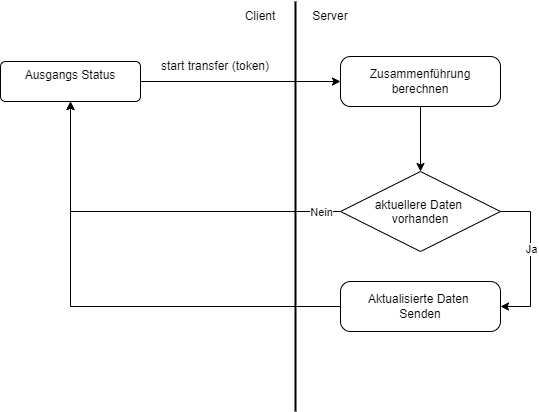
Before: ablage/mathematical-transfer.drawio.png, a diagram exported from draw.io (zuercheram/Master-Thesis). Source tidied: cells renumbered, new cells last; positions are measured from the earlier drawing's top-left corner, leaving out a move shared by most shapes.
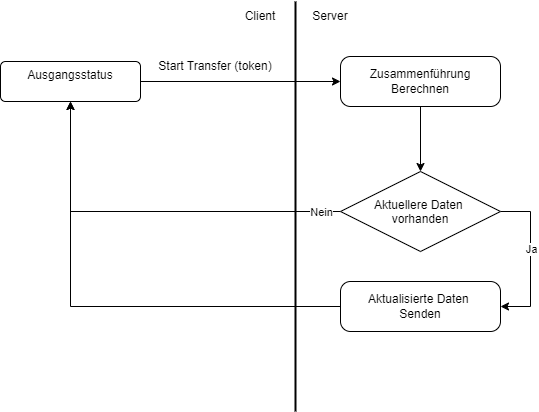
Later version of the same file.

The edit, as a diff of the source:
```diff
@@ -25,13 +25,13 @@
     <mxCell id="5" value="Ja" style="edgeLabel;html=1;align=center;verticalAlign=middle;" parent="4" vertex="1">
       <mxGeometry x="-0.14" relative="1" as="geometry" />
     </mxCell>
-    <mxCell id="6" value="aktuellere Daten &#10;vorhanden" style="rhombus;" parent="1" vertex="1">
+    <mxCell id="6" value="Aktuellere Daten &#10;vorhanden" style="rhombus;" parent="1" vertex="1">
       <mxGeometry x="340" y="170" width="160" height="80" as="geometry" />
     </mxCell>
     <mxCell id="7" style="edgeStyle=orthogonalEdgeStyle;rounded=0;jettySize=auto;html=1;entryX=0;entryY=0.5;entryDx=0;entryDy=0;" parent="1" edge="1" source="8" target="16">
       <mxGeometry relative="1" as="geometry" />
     </mxCell>
-    <mxCell id="8" value="Ausgangs Status" style="html=1;align=center;verticalAlign=top;rounded=1;absoluteArcSize=1;arcSize=10;dashed=0;whiteSpace=wrap;" parent="1" vertex="1">
+    <mxCell id="8" value="Ausgangsstatus" style="html=1;align=center;verticalAlign=top;rounded=1;absoluteArcSize=1;arcSize=10;dashed=0;whiteSpace=wrap;" parent="1" vertex="1">
       <mxGeometry y="60" width="140" height="40" as="geometry" />
     </mxCell>
     <mxCell id="9" style="edgeStyle=orthogonalEdgeStyle;rounded=0;jettySize=auto;html=1;entryX=0.5;entryY=1;entryDx=0;entryDy=0;" parent="1" edge="1" source="10" target="8">
@@ -49,13 +49,13 @@
     <mxCell id="13" value="Client" style="text;html=1;align=center;verticalAlign=middle;whiteSpace=wrap;rounded=0;" parent="1" vertex="1">
       <mxGeometry x="230" width="60" height="30" as="geometry" />
     </mxCell>
-    <mxCell id="14" value="start transfer (token)" style="text;html=1;align=center;verticalAlign=middle;whiteSpace=wrap;rounded=0;" parent="1" vertex="1">
+    <mxCell id="14" value="Start Transfer (token)" style="text;html=1;align=center;verticalAlign=middle;whiteSpace=wrap;rounded=0;" parent="1" vertex="1">
       <mxGeometry x="140" y="50" width="150" height="30" as="geometry" />
     </mxCell>
     <mxCell id="15" style="edgeStyle=orthogonalEdgeStyle;rounded=0;jettySize=auto;html=1;entryX=0.5;entryY=0;entryDx=0;entryDy=0;" parent="1" edge="1" source="16" target="6">
       <mxGeometry relative="1" as="geometry" />
     </mxCell>
-    <mxCell id="16" value="Zusammenführung berechnen" style="html=1;dashed=0;rounded=1;absoluteArcSize=1;arcSize=20;verticalAlign=middle;align=center;whiteSpace=wrap;" parent="1" vertex="1">
+    <mxCell id="16" value="Zusammenführung Berechnen" style="html=1;dashed=0;rounded=1;absoluteArcSize=1;arcSize=20;verticalAlign=middle;align=center;whiteSpace=wrap;" parent="1" vertex="1">
       <mxGeometry x="340" y="55" width="160" height="50" as="geometry" />
     </mxCell>
   </root>
```
